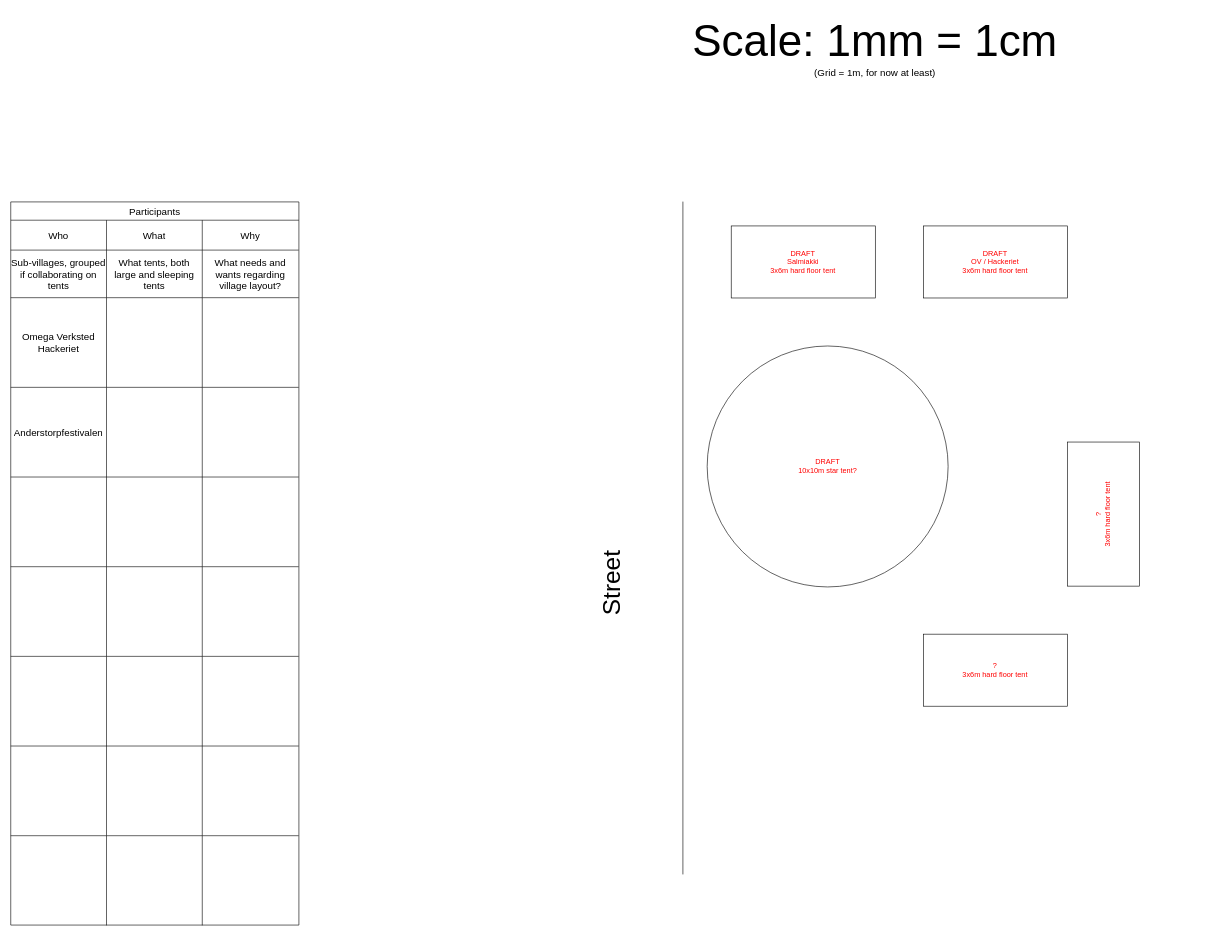
This is Cold North WHY 2025.drawio from Cable89/Cold_North_WHY_2025_Layout, a draw.io file, before an edit. Source tidied: cells renumbered, new cells numbered last; positions are measured from the earlier drawing's top-left corner, leaving out a move shared by most shapes. Both pictures are drawn from the tidied source at 61%, with x=0, y=0 at pixel (10, 10).
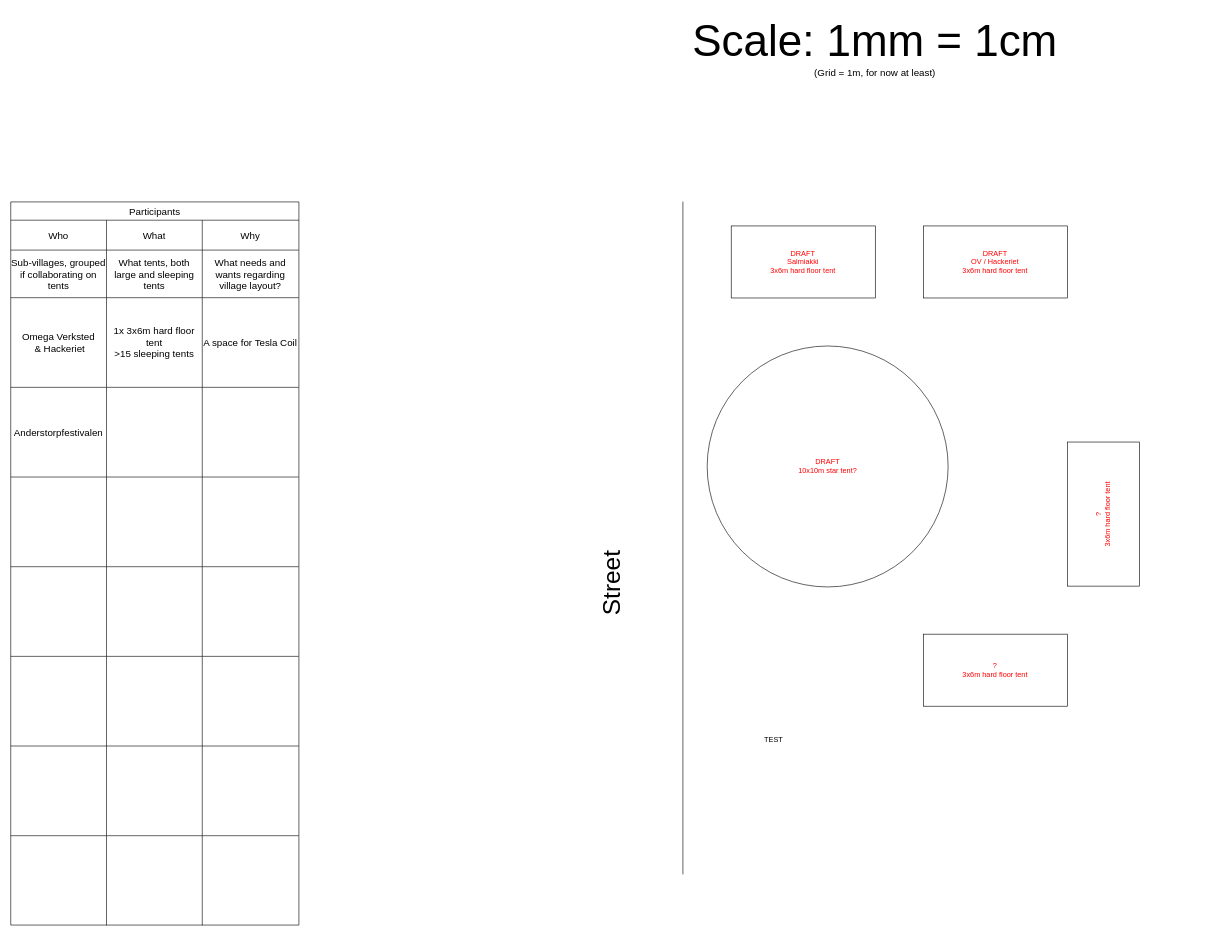
The same diagram, later.

The change refers to these unchanged cells:
```xml
<mxCell id="19" style="shape=tableRow;horizontal=0;startSize=0;swimlaneHead=0;swimlaneBody=0;strokeColor=inherit;top=0;left=0;bottom=0;right=0;fillColor=none;fontSize=16;" parent="10" vertex="1">
  <mxGeometry y="157" width="472.4" height="147" as="geometry" />
</mxCell>
```

Diff of the diagram source:
```diff
@@
-    <mxCell id="20" value="&lt;div&gt;Omega Verksted&lt;/div&gt;&lt;div&gt;Hackeriet&lt;/div&gt;" style="shape=partialRectangle;html=1;whiteSpace=wrap;strokeColor=inherit;overflow=hidden;fillColor=none;top=0;left=0;bottom=0;right=0;fontSize=16;" parent="19" vertex="1">
+    <mxCell id="20" value="&lt;div&gt;Omega Verksted&lt;/div&gt;&lt;div&gt;&amp;nbsp;&amp;amp; Hackeriet&lt;/div&gt;" style="shape=partialRectangle;html=1;whiteSpace=wrap;strokeColor=inherit;overflow=hidden;fillColor=none;top=0;left=0;bottom=0;right=0;fontSize=16;" parent="19" vertex="1">
       <mxGeometry width="157" height="147" as="geometry" />
     </mxCell>
-    <mxCell id="21" style="shape=partialRectangle;html=1;whiteSpace=wrap;strokeColor=inherit;overflow=hidden;fillColor=none;top=0;left=0;bottom=0;right=0;fontSize=16;" parent="19" vertex="1">
+    <mxCell id="21" value="1x 3x6m hard floor tent&lt;br&gt;&amp;gt;15 sleeping tents" style="shape=partialRectangle;html=1;whiteSpace=wrap;strokeColor=inherit;overflow=hidden;fillColor=none;top=0;left=0;bottom=0;right=0;fontSize=16;" parent="19" vertex="1">
       <mxGeometry x="157" width="157" height="147" as="geometry" />
     </mxCell>
-    <mxCell id="22" style="shape=partialRectangle;html=1;whiteSpace=wrap;strokeColor=inherit;overflow=hidden;fillColor=none;top=0;left=0;bottom=0;right=0;fontSize=16;" parent="19" vertex="1">
+    <mxCell id="22" value="A space for Tesla Coil" style="shape=partialRectangle;html=1;whiteSpace=wrap;strokeColor=inherit;overflow=hidden;fillColor=none;top=0;left=0;bottom=0;right=0;fontSize=16;" parent="19" vertex="1">
       <mxGeometry x="314" width="158" height="147" as="geometry" />
     </mxCell>
@@
+    <mxCell id="47" value="TEST" style="text;html=1;align=center;verticalAlign=middle;whiteSpace=wrap;rounded=0;" parent="1" vertex="1">
+      <mxGeometry x="1221" y="1180" width="60" height="30" as="geometry" />
+    </mxCell>
```
